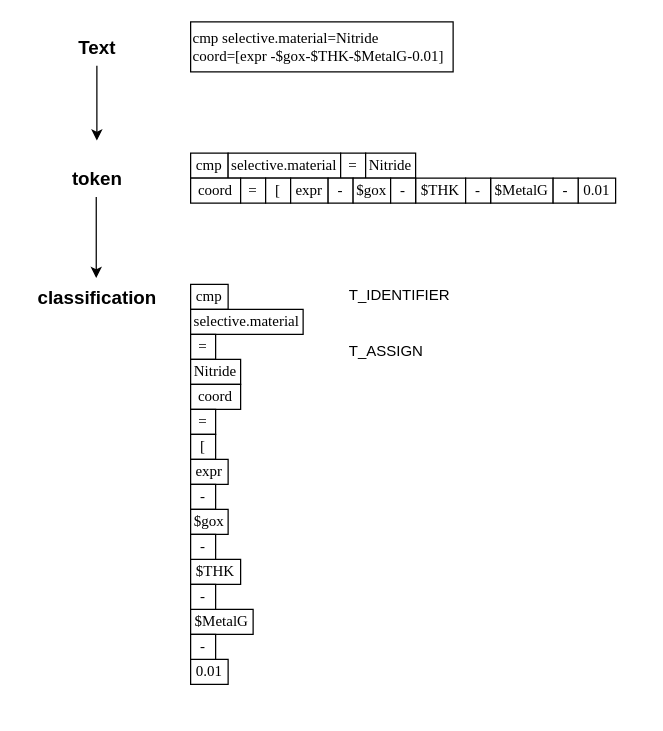
Before: 词法分词器.drawio in FicmillaR/drawio, a draw.io diagram. Source tidied: cells renumbered, new cells numbered last; positions are measured from the earlier drawing's top-left corner, leaving out a move shared by most shapes. Both pictures are drawn from the tidied source at 125%, with x=0, y=0 at pixel (21, 21).
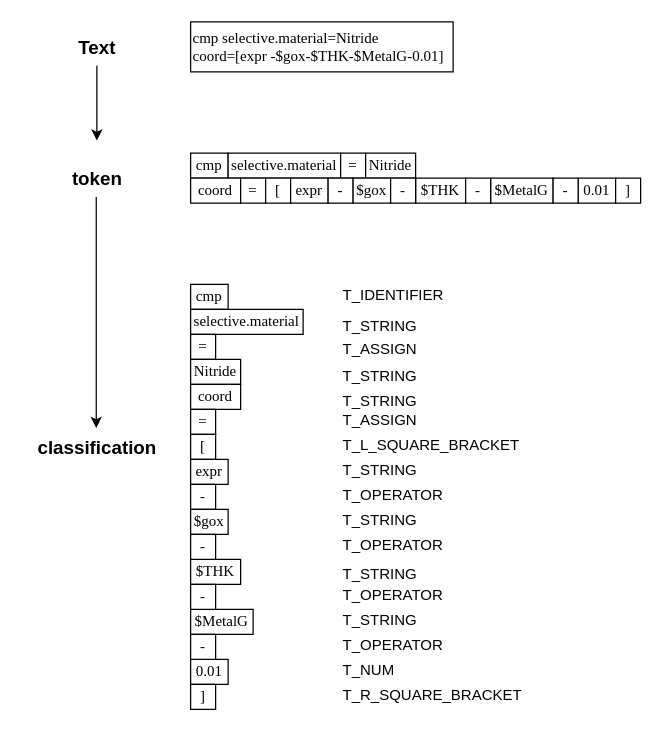
The same page after the edit.

Commit message (it also covers changes not shown here):
更新词法分词器.drawio

What changed in the source:
```diff
@@
     <mxCell id="22" value="&lt;b&gt;&lt;font style=&quot;font-size: 15px;&quot;&gt;classification&lt;/font&gt;&lt;/b&gt;" style="text;html=1;align=center;verticalAlign=middle;points=[];strokeColor=none;fillColor=none;" parent="1" vertex="1">
-      <mxGeometry y="205" width="120" height="30" as="geometry" />
+      <mxGeometry y="325" width="120" height="30" as="geometry" />
     </mxCell>
@@
     <mxCell id="40" value="T_ASSIGN" style="text;whiteSpace=wrap;fontFamily=Helvetica;fontSize=12;fontColor=default;" parent="1" vertex="1">
-      <mxGeometry x="260" y="250" width="70" height="25" as="geometry" />
+      <mxGeometry x="255" y="247.5" width="70" height="25" as="geometry" />
     </mxCell>
     <mxCell id="41" value="T_IDENTIFIER" style="text;whiteSpace=wrap;fontFamily=Helvetica;fontSize=12;fontColor=default;" parent="1" vertex="1">
-      <mxGeometry x="260" y="205" width="110" height="40" as="geometry" />
+      <mxGeometry x="255" y="205" width="110" height="20" as="geometry" />
     </mxCell>
+    <mxCell id="42" value="T_ASSIGN" style="text;whiteSpace=wrap;fontFamily=Helvetica;fontSize=12;fontColor=default;" parent="1" vertex="1">
+      <mxGeometry x="255" y="305" width="70" height="25" as="geometry" />
+    </mxCell>
+    <mxCell id="43" value="T_L_SQUARE_BRACKET" style="text;whiteSpace=wrap;fontFamily=Helvetica;fontSize=12;fontColor=default;" parent="1" vertex="1">
+      <mxGeometry x="255" y="325" width="150" height="25" as="geometry" />
+    </mxCell>
+    <mxCell id="44" value="T_STRING" style="text;whiteSpace=wrap;fontFamily=Helvetica;fontSize=12;fontColor=default;" parent="1" vertex="1">
+      <mxGeometry x="255" y="270" width="110" height="20" as="geometry" />
+    </mxCell>
+    <mxCell id="45" value="T_STRING" style="text;whiteSpace=wrap;fontFamily=Helvetica;fontSize=12;fontColor=default;" parent="1" vertex="1">
+      <mxGeometry x="255" y="290" width="110" height="20" as="geometry" />
+    </mxCell>
+    <mxCell id="46" value="T_OPERATOR" style="text;whiteSpace=wrap;fontFamily=Helvetica;fontSize=12;fontColor=default;" parent="1" vertex="1">
+      <mxGeometry x="255" y="365" width="110" height="20" as="geometry" />
+    </mxCell>
+    <mxCell id="47" value="T_OPERATOR" style="text;whiteSpace=wrap;fontFamily=Helvetica;fontSize=12;fontColor=default;" parent="1" vertex="1">
+      <mxGeometry x="255" y="405" width="110" height="20" as="geometry" />
+    </mxCell>
+    <mxCell id="48" value="T_OPERATOR" style="text;whiteSpace=wrap;fontFamily=Helvetica;fontSize=12;fontColor=default;" parent="1" vertex="1">
+      <mxGeometry x="255" y="445" width="110" height="20" as="geometry" />
+    </mxCell>
+    <mxCell id="49" value="T_OPERATOR" style="text;whiteSpace=wrap;fontFamily=Helvetica;fontSize=12;fontColor=default;" parent="1" vertex="1">
+      <mxGeometry x="255" y="485" width="110" height="20" as="geometry" />
+    </mxCell>
+    <mxCell id="50" value="T_STRING" style="text;whiteSpace=wrap;fontFamily=Helvetica;fontSize=12;fontColor=default;" parent="1" vertex="1">
+      <mxGeometry x="255" y="345" width="110" height="20" as="geometry" />
+    </mxCell>
+    <mxCell id="51" value="T_STRING" style="text;whiteSpace=wrap;fontFamily=Helvetica;fontSize=12;fontColor=default;" parent="1" vertex="1">
+      <mxGeometry x="255" y="385" width="110" height="25" as="geometry" />
+    </mxCell>
+    <mxCell id="52" value="T_STRING" style="text;whiteSpace=wrap;fontFamily=Helvetica;fontSize=12;fontColor=default;" parent="1" vertex="1">
+      <mxGeometry x="255" y="427.5" width="110" height="25" as="geometry" />
+    </mxCell>
+    <mxCell id="53" value="T_STRING" style="text;whiteSpace=wrap;fontFamily=Helvetica;fontSize=12;fontColor=default;" parent="1" vertex="1">
+      <mxGeometry x="255" y="465" width="110" height="25" as="geometry" />
+    </mxCell>
+    <mxCell id="54" value="&lt;div style=&quot;text-align: left;&quot;&gt;&lt;font face=&quot;Times New Roman&quot;&gt;]&lt;/font&gt;&lt;/div&gt;" style="rounded=0;whiteSpace=wrap;html=1;" parent="1" vertex="1">
+      <mxGeometry x="475" y="125" width="20" height="20" as="geometry" />
+    </mxCell>
+    <mxCell id="55" value="&lt;div style=&quot;text-align: left;&quot;&gt;&lt;font face=&quot;Times New Roman&quot;&gt;]&lt;/font&gt;&lt;/div&gt;" style="rounded=0;whiteSpace=wrap;html=1;" parent="1" vertex="1">
+      <mxGeometry x="135" y="530" width="20" height="20" as="geometry" />
+    </mxCell>
+    <mxCell id="56" value="T_NUM" style="text;whiteSpace=wrap;fontFamily=Helvetica;fontSize=12;fontColor=default;" parent="1" vertex="1">
+      <mxGeometry x="255" y="505" width="110" height="25" as="geometry" />
+    </mxCell>
+    <mxCell id="57" value="T_R_SQUARE_BRACKET" style="text;whiteSpace=wrap;fontFamily=Helvetica;fontSize=12;fontColor=default;" parent="1" vertex="1">
+      <mxGeometry x="255" y="525" width="150" height="25" as="geometry" />
+    </mxCell>
+    <mxCell id="58" value="T_STRING" style="text;whiteSpace=wrap;fontFamily=Helvetica;fontSize=12;fontColor=default;" parent="1" vertex="1">
+      <mxGeometry x="255" y="230" width="110" height="20" as="geometry" />
+    </mxCell>
```
